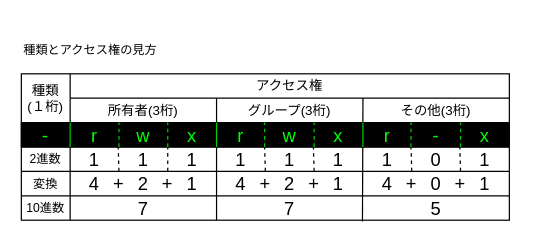
Earlier version of the draw.io diagram page "chmodとアクセス権" (9 of 10) of AWS研修_WEBアプリ_挿絵.drawio (reizo0901/Doc). Source tidied: cells renumbered, new cells numbered last; positions are measured from the earlier drawing's top-left corner, leaving out a move shared by most shapes. Both pictures are drawn from the tidied source at 122%, with x=0, y=0 at pixel (21, 37).
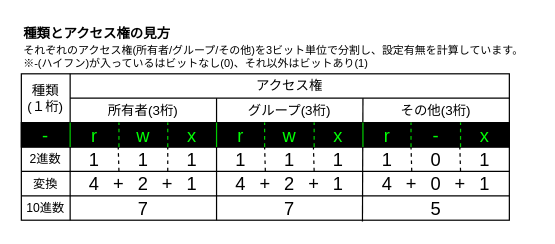
Above is the later version.

Commit message (it also covers changes not shown here):
AWS研修_WEBアプリ_挿絵.drawio を更新します

What changed in the source:
```diff
@@
-    <mxCell id="2" value="種類とアクセス権の見方" style="text;html=1;strokeColor=none;fillColor=none;align=left;verticalAlign=middle;whiteSpace=wrap;rounded=0;fontSize=10;" parent="1" vertex="1">
-      <mxGeometry width="300" height="20" as="geometry" />
+    <mxCell id="2" value="種類とアクセス権の見方" style="text;html=1;strokeColor=none;fillColor=none;align=left;verticalAlign=middle;whiteSpace=wrap;rounded=0;fontSize=11;fontStyle=1;" parent="1" vertex="1">
+      <mxGeometry y="-13" width="300" height="20" as="geometry" />
     </mxCell>
@@
+    <mxCell id="76" value="※-(ハイフン)が入っているはビットなし(0)、それ以外はビットあり(1)" style="text;html=1;strokeColor=none;fillColor=none;align=left;verticalAlign=middle;whiteSpace=wrap;rounded=0;fontSize=9;" parent="1" vertex="1">
+      <mxGeometry y="17" width="400" height="10" as="geometry" />
+    </mxCell>
+    <mxCell id="77" value="それぞれのアクセス権(所有者/グループ/その他)を3ビット単位で分割し、設定有無を計算しています。" style="text;html=1;strokeColor=none;fillColor=none;align=left;verticalAlign=middle;whiteSpace=wrap;rounded=0;fontSize=9;" parent="1" vertex="1">
+      <mxGeometry y="6" width="420" height="10" as="geometry" />
+    </mxCell>
```
